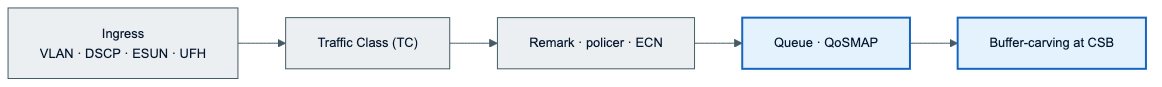
Earlier version of the Mermaid export assets/diagrams/b6/b6-slide04-qos-stitch.png (upscale-ai-network/agent-template). Its source is kept beside it as assets/diagrams/b6/b6-slide04-qos-stitch.mmd.
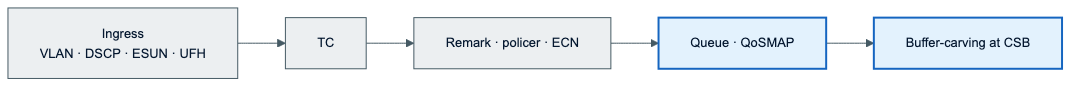
After the change.

Change to the diagram source:
```diff
@@ -1,7 +1,7 @@
 %%{init: {'theme': 'base', 'themeVariables': { 'fontSize': '13px'}}}%%
 flowchart LR
   IN["Ingress<br/>VLAN · DSCP · ESUN · UFH"]
-  TC["Traffic Class (TC)"]
+  TC["TC"]
   REM["Remark · policer · ECN"]
   Q["Queue · QoSMAP"]
   CSB["Buffer-carving at CSB"]
```
